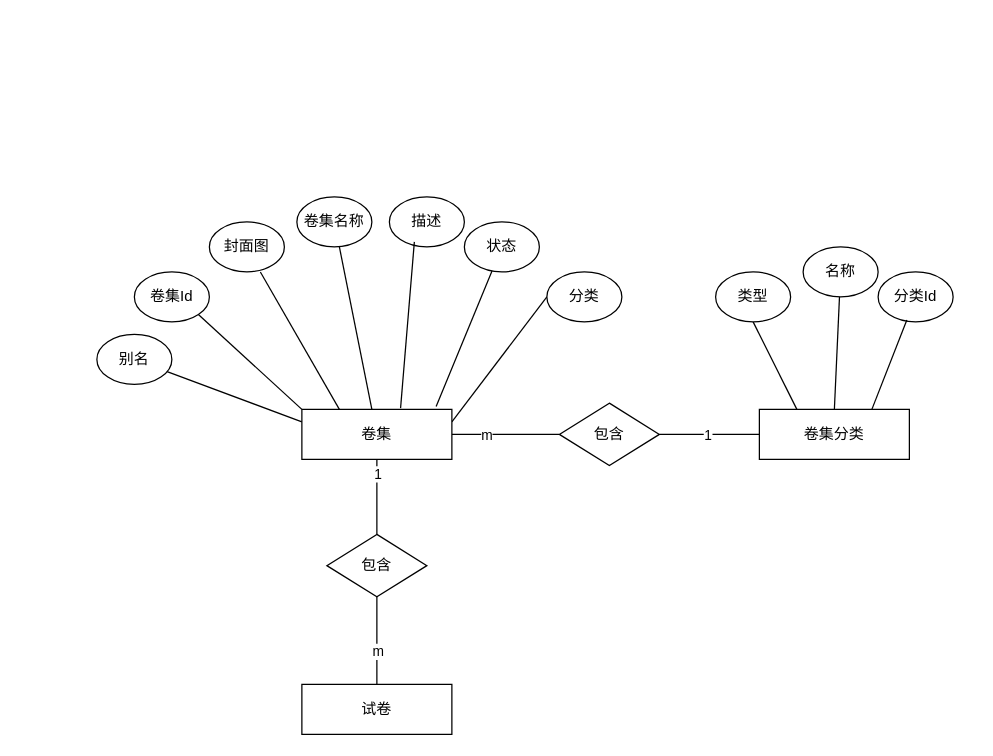
Before: page "卷集E-R图" (6 of 16) of 题库E-R.drawio in ChenLiheng/question-project, a draw.io diagram. Source tidied: cells renumbered, new cells numbered last; positions are measured from the earlier drawing's top-left corner, leaving out a move shared by most shapes. Both pictures are drawn from the tidied source at 125%, with x=0, y=0 at pixel (96, 196).
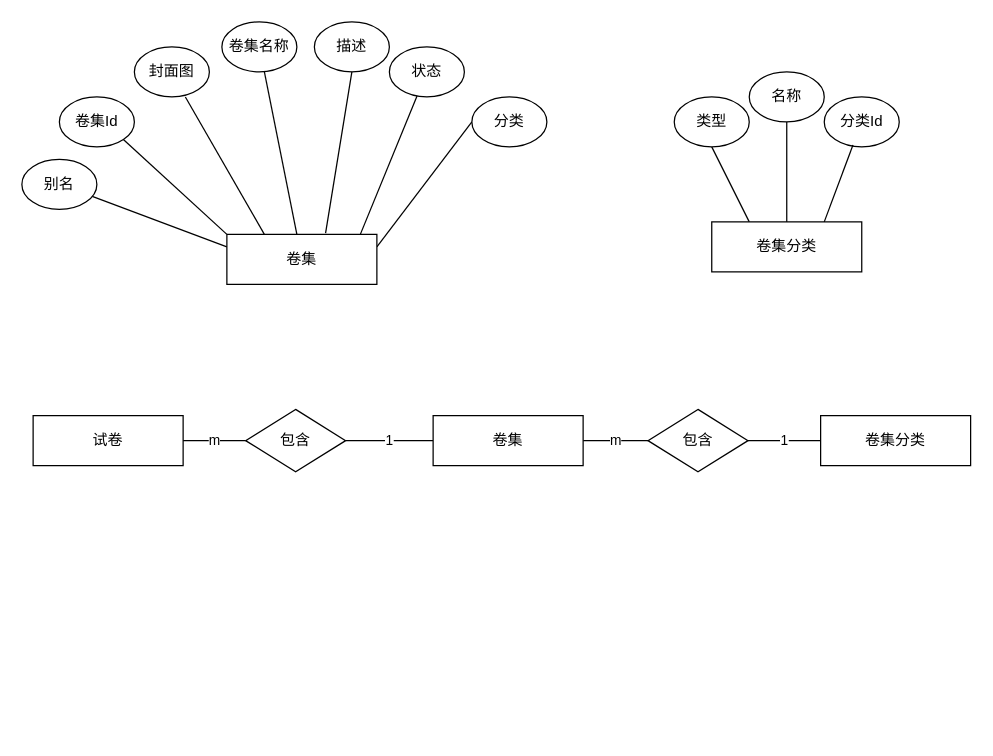
The same page after the edit.

Diff of the diagram source:
```diff
@@
-    <mxCell id="2" style="rounded=0;jettySize=auto;html=1;endArrow=none;endFill=0;" parent="1" edge="1" source="11" target="12">
-      <mxGeometry relative="1" as="geometry" />
-    </mxCell>
-    <mxCell id="3" style="rounded=0;jettySize=auto;html=1;exitX=1;exitY=0.25;exitDx=0;exitDy=0;entryX=0;entryY=0.5;entryDx=0;entryDy=0;endArrow=none;endFill=0;" parent="1" edge="1" source="11" target="16">
-      <mxGeometry relative="1" as="geometry" />
-    </mxCell>
-    <mxCell id="4" style="rounded=0;jettySize=auto;html=1;exitX=0.895;exitY=-0.056;exitDx=0;exitDy=0;exitPerimeter=0;endArrow=none;endFill=0;" parent="1" edge="1" source="11" target="15">
-      <mxGeometry relative="1" as="geometry" />
-    </mxCell>
-    <mxCell id="5" style="rounded=0;jettySize=auto;html=1;exitX=0;exitY=0.25;exitDx=0;exitDy=0;endArrow=none;endFill=0;" parent="1" edge="1" source="11" target="18">
-      <mxGeometry relative="1" as="geometry" />
-    </mxCell>
-    <mxCell id="6" style="rounded=0;jettySize=auto;html=1;exitX=0;exitY=0;exitDx=0;exitDy=0;entryX=1;entryY=1;entryDx=0;entryDy=0;endArrow=none;endFill=0;" parent="1" edge="1" source="11" target="20">
-      <mxGeometry relative="1" as="geometry" />
-    </mxCell>
-    <mxCell id="7" style="edgeStyle=orthogonalEdgeStyle;rounded=0;orthogonalLoop=1;jettySize=auto;html=1;endArrow=none;endFill=0;" parent="1" edge="1">
-      <mxGeometry relative="1" as="geometry">
-        <mxPoint x="224" y="210" as="sourcePoint" />
-        <mxPoint x="224" y="270" as="targetPoint" />
-      </mxGeometry>
+    <mxCell id="7" value="1" style="edgeStyle=orthogonalEdgeStyle;rounded=0;jettySize=auto;html=1;endArrow=none;endFill=0;exitX=0;exitY=0.5;exitDx=0;exitDy=0;entryX=1;entryY=0.5;entryDx=0;entryDy=0;" parent="1" edge="1" source="11" target="27">
+      <mxGeometry relative="1" as="geometry" />
     </mxCell>
-    <mxCell id="8" value="1" style="edgeLabel;html=1;align=center;verticalAlign=middle;" parent="7" vertex="1">
-      <mxGeometry x="-0.64" relative="1" as="geometry" />
-    </mxCell>
-    <mxCell id="9" style="edgeStyle=orthogonalEdgeStyle;rounded=0;jettySize=auto;html=1;endArrow=none;endFill=0;" parent="1" edge="1" source="11" target="30">
+    <mxCell id="9" value="m" style="edgeStyle=orthogonalEdgeStyle;rounded=0;jettySize=auto;html=1;endArrow=none;endFill=0;" parent="1" edge="1" source="11" target="30">
       <mxGeometry relative="1" as="geometry" />
     </mxCell>
-    <mxCell id="10" value="m" style="edgeLabel;html=1;align=center;verticalAlign=middle;" parent="9" vertex="1">
-      <mxGeometry x="-0.37" y="-1" relative="1" as="geometry">
-        <mxPoint y="-1" as="offset" />
-      </mxGeometry>
-    </mxCell>
     <mxCell id="11" value="卷集" style="whiteSpace=wrap;html=1;" parent="1" vertex="1">
-      <mxGeometry x="164" y="170" width="120" height="40" as="geometry" />
+      <mxGeometry x="269" y="175" width="120" height="40" as="geometry" />
     </mxCell>
+    <mxCell id="23" value="卷集分类" style="whiteSpace=wrap;html=1;" parent="1" vertex="1">
+      <mxGeometry x="579" y="175" width="120" height="40" as="geometry" />
+    </mxCell>
+    <mxCell id="24" value="试卷" style="whiteSpace=wrap;html=1;" parent="1" vertex="1">
+      <mxGeometry x="-51" y="175" width="120" height="40" as="geometry" />
+    </mxCell>
+    <mxCell id="25" value="m" style="edgeStyle=orthogonalEdgeStyle;rounded=0;jettySize=auto;html=1;exitX=0;exitY=0.5;exitDx=0;exitDy=0;endArrow=none;endFill=0;" parent="1" edge="1" source="27" target="24">
+      <mxGeometry relative="1" as="geometry" />
+    </mxCell>
+    <mxCell id="27" value="包含" style="rhombus;whiteSpace=wrap;html=1;" parent="1" vertex="1">
+      <mxGeometry x="119" y="170" width="80" height="50" as="geometry" />
+    </mxCell>
+    <mxCell id="28" value="1" style="edgeStyle=orthogonalEdgeStyle;rounded=0;jettySize=auto;html=1;exitX=1;exitY=0.5;exitDx=0;exitDy=0;entryX=0;entryY=0.5;entryDx=0;entryDy=0;endArrow=none;endFill=0;" parent="1" edge="1" source="30" target="23">
+      <mxGeometry relative="1" as="geometry" />
+    </mxCell>
+    <mxCell id="30" value="包含" style="rhombus;whiteSpace=wrap;html=1;" parent="1" vertex="1">
+      <mxGeometry x="440.9" y="170" width="80" height="50" as="geometry" />
+    </mxCell>
+    <mxCell id="35" style="group;" parent="1" vertex="1">
+      <mxGeometry x="-60" y="-140" width="420" height="210" as="geometry" />
+    </mxCell>
+    <mxCell id="36" style="rounded=0;jettySize=auto;html=1;endArrow=none;endFill=0;" parent="35" edge="1" source="41" target="12">
+      <mxGeometry relative="1" as="geometry" />
+    </mxCell>
+    <mxCell id="37" style="rounded=0;jettySize=auto;html=1;exitX=1;exitY=0.25;exitDx=0;exitDy=0;entryX=0;entryY=0.5;entryDx=0;entryDy=0;endArrow=none;endFill=0;" parent="35" edge="1" source="41" target="16">
+      <mxGeometry relative="1" as="geometry" />
+    </mxCell>
+    <mxCell id="38" style="rounded=0;jettySize=auto;html=1;exitX=0.889;exitY=0.005;exitDx=0;exitDy=0;exitPerimeter=0;endArrow=none;endFill=0;" parent="35" edge="1" source="41" target="15">
+      <mxGeometry relative="1" as="geometry" />
+    </mxCell>
+    <mxCell id="39" style="rounded=0;jettySize=auto;html=1;exitX=0;exitY=0.25;exitDx=0;exitDy=0;endArrow=none;endFill=0;" parent="35" edge="1" source="41" target="18">
+      <mxGeometry relative="1" as="geometry" />
+    </mxCell>
+    <mxCell id="40" style="rounded=0;jettySize=auto;html=1;exitX=0;exitY=0;exitDx=0;exitDy=0;entryX=1;entryY=1;entryDx=0;entryDy=0;endArrow=none;endFill=0;" parent="35" edge="1" source="41" target="20">
+      <mxGeometry relative="1" as="geometry" />
+    </mxCell>
+    <mxCell id="41" value="卷集" style="whiteSpace=wrap;html=1;" parent="35" vertex="1">
+      <mxGeometry x="164" y="170" width="120" height="40" as="geometry" />
+    </mxCell>
-    <mxCell id="12" value="卷集名称" style="ellipse;whiteSpace=wrap;html=1;" parent="1" vertex="1">
+    <mxCell id="12" value="卷集名称" style="ellipse;whiteSpace=wrap;html=1;" parent="35" vertex="1">
       <mxGeometry x="160" width="60" height="40" as="geometry" />
     </mxCell>
-    <mxCell id="13" value="描述" style="ellipse;whiteSpace=wrap;html=1;" parent="1" vertex="1">
+    <mxCell id="13" value="描述" style="ellipse;whiteSpace=wrap;html=1;" parent="35" vertex="1">
       <mxGeometry x="234" width="60" height="40" as="geometry" />
     </mxCell>
-    <mxCell id="14" style="rounded=0;jettySize=auto;html=1;exitX=0.658;exitY=-0.025;exitDx=0;exitDy=0;entryX=0.333;entryY=0.9;entryDx=0;entryDy=0;entryPerimeter=0;exitPerimeter=0;endArrow=none;endFill=0;" parent="1" edge="1" source="11" target="13">
-      <mxGeometry relative="1" as="geometry" />
-    </mxCell>
+    <mxCell id="42" style="rounded=0;jettySize=auto;html=1;exitX=0.658;exitY=-0.025;exitDx=0;exitDy=0;entryX=0.5;entryY=1;entryDx=0;entryDy=0;exitPerimeter=0;endArrow=none;endFill=0;" parent="35" edge="1" source="41" target="13">
+      <mxGeometry relative="1" as="geometry" />
+    </mxCell>
-    <mxCell id="15" value="状态" style="ellipse;whiteSpace=wrap;html=1;" parent="1" vertex="1">
+    <mxCell id="15" value="状态" style="ellipse;whiteSpace=wrap;html=1;" parent="35" vertex="1">
       <mxGeometry x="294" y="20" width="60" height="40" as="geometry" />
     </mxCell>
-    <mxCell id="16" value="分类" style="ellipse;whiteSpace=wrap;html=1;" parent="1" vertex="1">
+    <mxCell id="16" value="分类" style="ellipse;whiteSpace=wrap;html=1;" parent="35" vertex="1">
       <mxGeometry x="360" y="60" width="60" height="40" as="geometry" />
     </mxCell>
-    <mxCell id="17" value="封面图" style="ellipse;whiteSpace=wrap;html=1;" parent="1" vertex="1">
+    <mxCell id="17" value="封面图" style="ellipse;whiteSpace=wrap;html=1;" parent="35" vertex="1">
       <mxGeometry x="90" y="20" width="60" height="40" as="geometry" />
     </mxCell>
-    <mxCell id="18" value="别名" style="ellipse;whiteSpace=wrap;html=1;" parent="1" vertex="1">
+    <mxCell id="18" value="别名" style="ellipse;whiteSpace=wrap;html=1;" parent="35" vertex="1">
       <mxGeometry y="110" width="60" height="40" as="geometry" />
     </mxCell>
-    <mxCell id="19" style="rounded=0;jettySize=auto;html=1;exitX=0.25;exitY=0;exitDx=0;exitDy=0;entryX=0.68;entryY=1.003;entryDx=0;entryDy=0;entryPerimeter=0;endArrow=none;endFill=0;" parent="1" edge="1" source="11" target="17">
-      <mxGeometry relative="1" as="geometry" />
-    </mxCell>
+    <mxCell id="43" style="rounded=0;jettySize=auto;html=1;exitX=0.25;exitY=0;exitDx=0;exitDy=0;entryX=0.68;entryY=1.003;entryDx=0;entryDy=0;entryPerimeter=0;endArrow=none;endFill=0;" parent="35" edge="1" source="41" target="17">
+      <mxGeometry relative="1" as="geometry" />
+    </mxCell>
-    <mxCell id="20" value="卷集Id" style="ellipse;whiteSpace=wrap;html=1;" parent="1" vertex="1">
+    <mxCell id="20" value="卷集Id" style="ellipse;whiteSpace=wrap;html=1;" parent="35" vertex="1">
       <mxGeometry x="30" y="60" width="60" height="40" as="geometry" />
     </mxCell>
-    <mxCell id="21" style="rounded=0;jettySize=auto;html=1;exitX=0.25;exitY=0;exitDx=0;exitDy=0;entryX=0.5;entryY=1;entryDx=0;entryDy=0;endArrow=none;endFill=0;" parent="1" edge="1" source="23" target="31">
-      <mxGeometry relative="1" as="geometry" />
-    </mxCell>
-    <mxCell id="22" style="rounded=0;jettySize=auto;html=1;exitX=0.5;exitY=0;exitDx=0;exitDy=0;endArrow=none;endFill=0;" parent="1" edge="1" source="23" target="32">
-      <mxGeometry relative="1" as="geometry" />
-    </mxCell>
-    <mxCell id="23" value="卷集分类" style="whiteSpace=wrap;html=1;" parent="1" vertex="1">
-      <mxGeometry x="530" y="170" width="120" height="40" as="geometry" />
-    </mxCell>
-    <mxCell id="24" value="试卷" style="whiteSpace=wrap;html=1;" parent="1" vertex="1">
-      <mxGeometry x="164" y="390" width="120" height="40" as="geometry" />
-    </mxCell>
-    <mxCell id="25" style="edgeStyle=orthogonalEdgeStyle;rounded=0;jettySize=auto;html=1;exitX=0.5;exitY=1;exitDx=0;exitDy=0;endArrow=none;endFill=0;" parent="1" edge="1" source="27" target="24">
-      <mxGeometry relative="1" as="geometry" />
-    </mxCell>
-    <mxCell id="26" value="m" style="edgeLabel;html=1;align=center;verticalAlign=middle;" parent="25" vertex="1">
-      <mxGeometry x="0.23" relative="1" as="geometry" />
-    </mxCell>
-    <mxCell id="27" value="包含" style="rhombus;whiteSpace=wrap;html=1;" parent="1" vertex="1">
-      <mxGeometry x="184" y="270" width="80" height="50" as="geometry" />
-    </mxCell>
-    <mxCell id="28" style="edgeStyle=orthogonalEdgeStyle;rounded=0;jettySize=auto;html=1;exitX=1;exitY=0.5;exitDx=0;exitDy=0;entryX=0;entryY=0.5;entryDx=0;entryDy=0;endArrow=none;endFill=0;" parent="1" edge="1" source="30" target="23">
-      <mxGeometry relative="1" as="geometry" />
-    </mxCell>
-    <mxCell id="29" value="1" style="edgeLabel;html=1;align=center;verticalAlign=middle;" parent="28" vertex="1">
-      <mxGeometry x="-0.05" relative="1" as="geometry" />
-    </mxCell>
-    <mxCell id="30" value="包含" style="rhombus;whiteSpace=wrap;html=1;" parent="1" vertex="1">
-      <mxGeometry x="370" y="165" width="80" height="50" as="geometry" />
-    </mxCell>
+    <mxCell id="44" style="group;" parent="1" vertex="1">
+      <mxGeometry x="461.9" y="-100" width="180" height="160" as="geometry" />
+    </mxCell>
+    <mxCell id="45" style="rounded=0;jettySize=auto;html=1;exitX=0.25;exitY=0;exitDx=0;exitDy=0;entryX=0.5;entryY=1;entryDx=0;entryDy=0;endArrow=none;endFill=0;" parent="44" edge="1" source="47" target="31">
+      <mxGeometry relative="1" as="geometry" />
+    </mxCell>
+    <mxCell id="46" style="rounded=0;jettySize=auto;html=1;exitX=0.5;exitY=0;exitDx=0;exitDy=0;endArrow=none;endFill=0;" parent="44" edge="1" source="47" target="32">
+      <mxGeometry relative="1" as="geometry" />
+    </mxCell>
+    <mxCell id="47" value="卷集分类" style="whiteSpace=wrap;html=1;" parent="44" vertex="1">
+      <mxGeometry x="30" y="120" width="120" height="40" as="geometry" />
+    </mxCell>
-    <mxCell id="31" value="类型" style="ellipse;whiteSpace=wrap;html=1;" parent="1" vertex="1">
-      <mxGeometry x="495" y="60" width="60" height="40" as="geometry" />
+    <mxCell id="31" value="类型" style="ellipse;whiteSpace=wrap;html=1;" parent="44" vertex="1">
+      <mxGeometry y="20" width="60" height="40" as="geometry" />
     </mxCell>
-    <mxCell id="32" value="名称" style="ellipse;whiteSpace=wrap;html=1;" parent="1" vertex="1">
-      <mxGeometry x="565" y="40" width="60" height="40" as="geometry" />
+    <mxCell id="32" value="名称" style="ellipse;whiteSpace=wrap;html=1;" parent="44" vertex="1">
+      <mxGeometry x="60" width="60" height="40" as="geometry" />
     </mxCell>
-    <mxCell id="33" value="分类Id" style="ellipse;whiteSpace=wrap;html=1;" parent="1" vertex="1">
-      <mxGeometry x="625" y="60" width="60" height="40" as="geometry" />
+    <mxCell id="33" value="分类Id" style="ellipse;whiteSpace=wrap;html=1;" parent="44" vertex="1">
+      <mxGeometry x="120" y="20" width="60" height="40" as="geometry" />
     </mxCell>
-    <mxCell id="34" style="rounded=0;jettySize=auto;html=1;exitX=0.75;exitY=0;exitDx=0;exitDy=0;entryX=0.383;entryY=0.963;entryDx=0;entryDy=0;entryPerimeter=0;endArrow=none;endFill=0;" parent="1" edge="1" source="23" target="33">
-      <mxGeometry relative="1" as="geometry" />
-    </mxCell>
+    <mxCell id="48" style="rounded=0;jettySize=auto;html=1;exitX=0.75;exitY=0;exitDx=0;exitDy=0;entryX=0.383;entryY=0.963;entryDx=0;entryDy=0;entryPerimeter=0;endArrow=none;endFill=0;" parent="44" edge="1" source="47" target="33">
+      <mxGeometry relative="1" as="geometry" />
+    </mxCell>
```
